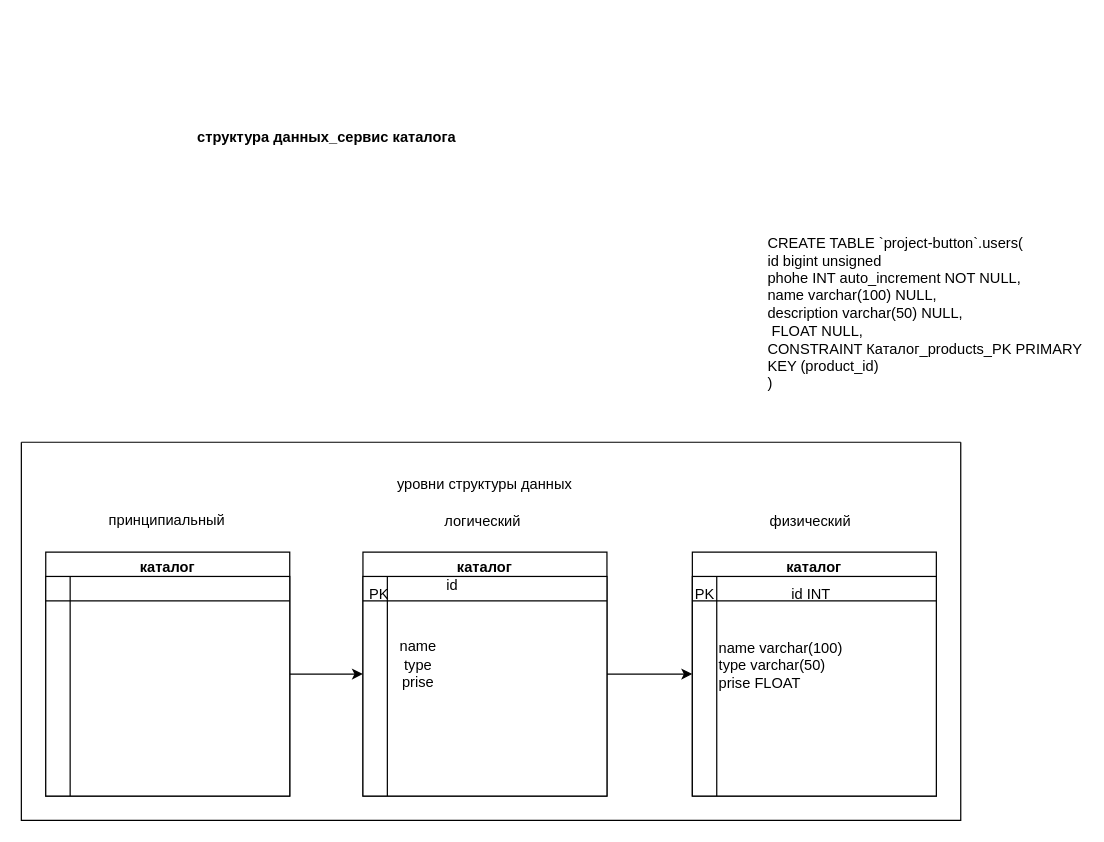
emauter/GB_mysql keeps this draw.io diagram as page "Страница 1" (1 of 2) of Диаграмма структура данных сервис каталога.drawio. Above is the earlier version. Source tidied: cells renumbered, new cells numbered last; positions are measured from the earlier drawing's top-left corner, leaving out a move shared by most shapes. Both pictures are drawn from the tidied source at 122%, with x=0, y=0 at pixel (21, 118).
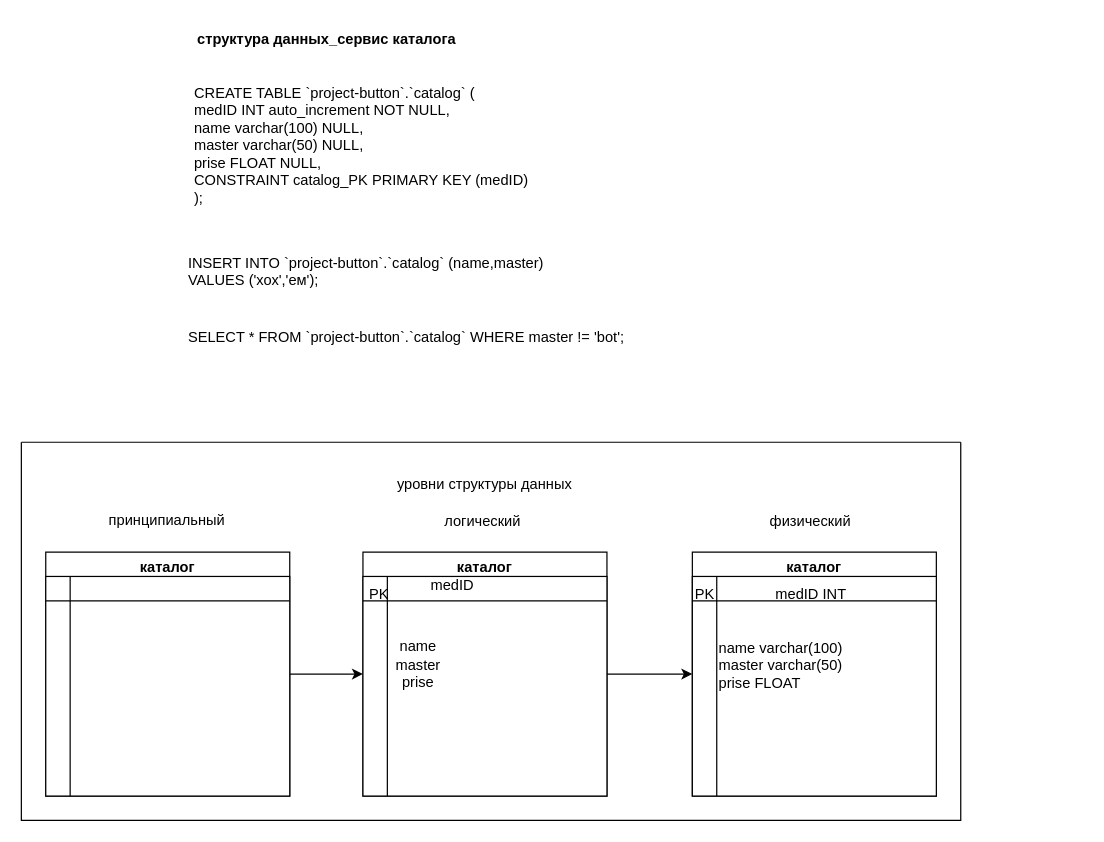
The same page after the edit.

Unchanged cells that the change refers to:
```xml
<mxCell id="5" value="каталог" style="swimlane;" parent="1" vertex="1">
  <mxGeometry x="280" y="355" width="200" height="200" as="geometry" />
</mxCell>
<mxCell id="11" value="каталог" style="swimlane;" parent="1" vertex="1">
  <mxGeometry x="550" y="355" width="200" height="200" as="geometry" />
</mxCell>
<mxCell id="17" style="swimlane;startSize=0;" parent="1" vertex="1">
  <mxGeometry y="265" width="770" height="310" as="geometry" />
</mxCell>
```

The edit, as a diff of the source:
```diff
@@
-    <mxCell id="2" value="&lt;br&gt;&lt;div&gt;&lt;br&gt;&lt;/div&gt;&lt;div&gt;&lt;br&gt;&lt;/div&gt;&lt;div&gt;CREATE TABLE `project-button`.users(&lt;/div&gt;&lt;div&gt;&lt;span style=&quot;&quot;&gt;&lt;/span&gt;id bigint unsigned&lt;/div&gt;&lt;div&gt;phohe INT auto_increment NOT NULL,&lt;/div&gt;&lt;div&gt;name varchar(100) NULL,&lt;/div&gt;&lt;div&gt;description varchar(50) NULL,&lt;/div&gt;&lt;div&gt;&amp;nbsp;FLOAT NULL,&lt;/div&gt;&lt;div&gt;&lt;span style=&quot;&quot;&gt; &lt;/span&gt;CONSTRAINT Каталог_products_PK PRIMARY KEY (product_id)&lt;/div&gt;)" style="text;whiteSpace=wrap;html=1;" parent="1" vertex="1">
-      <mxGeometry x="610" y="45" width="260" height="150" as="geometry" />
-    </mxCell>
@@
-    <mxCell id="8" value="&lt;br&gt;id" style="text;html=1;align=center;verticalAlign=middle;strokeColor=none;fillColor=none;" parent="5" vertex="1">
-      <mxGeometry x="58" width="30" height="40" as="geometry" />
+    <mxCell id="8" value="&lt;br&gt;medID" style="text;html=1;align=center;verticalAlign=middle;strokeColor=none;fillColor=none;" parent="5" vertex="1">
+      <mxGeometry x="43" width="60" height="40" as="geometry" />
     </mxCell>
@@
-    <mxCell id="13" value="name varchar(100)&lt;br&gt;type varchar(50)&amp;nbsp;&lt;br&gt;prise FLOAT&amp;nbsp;" style="text;whiteSpace=wrap;html=1;" parent="11" vertex="1">
+    <mxCell id="13" value="name varchar(100)&lt;br&gt;master varchar(50)&amp;nbsp;&lt;br&gt;prise FLOAT&amp;nbsp;" style="text;whiteSpace=wrap;html=1;" parent="11" vertex="1">
       <mxGeometry x="20" y="65" width="180" height="70" as="geometry" />
     </mxCell>
-    <mxCell id="14" value="id INT" style="text;html=1;align=center;verticalAlign=middle;strokeColor=none;fillColor=none;" parent="11" vertex="1">
-      <mxGeometry x="67" y="20" width="60" height="30" as="geometry" />
+    <mxCell id="14" value="medID INT" style="text;html=1;align=center;verticalAlign=middle;strokeColor=none;fillColor=none;" parent="11" vertex="1">
+      <mxGeometry x="57" y="20" width="80" height="30" as="geometry" />
     </mxCell>
@@
     <mxCell id="16" value="структура данных_сервис каталога" style="text;html=1;align=center;verticalAlign=middle;strokeColor=none;fillColor=none;fontStyle=1;" parent="1" vertex="1">
-      <mxGeometry x="130" width="240" height="30" as="geometry" />
+      <mxGeometry x="130" y="-80" width="240" height="30" as="geometry" />
     </mxCell>
@@
-    <mxCell id="18" value="&lt;br style=&quot;text-align: left;&quot;&gt;&lt;span style=&quot;text-align: left;&quot;&gt;name&lt;/span&gt;&lt;br style=&quot;text-align: left;&quot;&gt;&lt;span style=&quot;text-align: left;&quot;&gt;type&lt;br&gt;prise&lt;br&gt;&lt;/span&gt;" style="text;html=1;align=center;verticalAlign=middle;strokeColor=none;fillColor=none;" parent="17" vertex="1">
-      <mxGeometry x="300" y="140" width="50" height="70" as="geometry" />
+    <mxCell id="18" value="&lt;br style=&quot;text-align: left;&quot;&gt;&lt;span style=&quot;text-align: left;&quot;&gt;name&lt;/span&gt;&lt;br style=&quot;text-align: left;&quot;&gt;&lt;span style=&quot;text-align: left;&quot;&gt;master&lt;br&gt;prise&lt;br&gt;&lt;/span&gt;" style="text;html=1;align=center;verticalAlign=middle;strokeColor=none;fillColor=none;" parent="17" vertex="1">
+      <mxGeometry x="295" y="140" width="60" height="70" as="geometry" />
     </mxCell>
@@
+    <mxCell id="23" value="CREATE TABLE `project-button`.`catalog` (&lt;br&gt; medID INT auto_increment NOT NULL,&lt;br&gt; name varchar(100) NULL,&lt;br&gt; master varchar(50) NULL,&lt;br&gt; prise FLOAT NULL,&lt;br&gt; CONSTRAINT catalog_PK PRIMARY KEY (medID)&lt;br&gt;);" style="text;whiteSpace=wrap;html=1;" parent="1" vertex="1">
+      <mxGeometry x="140" y="-35" width="310" height="120" as="geometry" />
+    </mxCell>
+    <mxCell id="24" value="INSERT INTO `project-button`.`catalog` (name,master)&#10; VALUES ('хох','ем');" style="text;whiteSpace=wrap;html=1;" parent="1" vertex="1">
+      <mxGeometry x="135" y="105" width="320" height="50" as="geometry" />
+    </mxCell>
+    <mxCell id="25" value="SELECT * FROM `project-button`.`catalog` WHERE master != 'bot';" style="text;whiteSpace=wrap;html=1;" parent="1" vertex="1">
+      <mxGeometry x="135" y="165" width="390" height="40" as="geometry" />
+    </mxCell>
```
